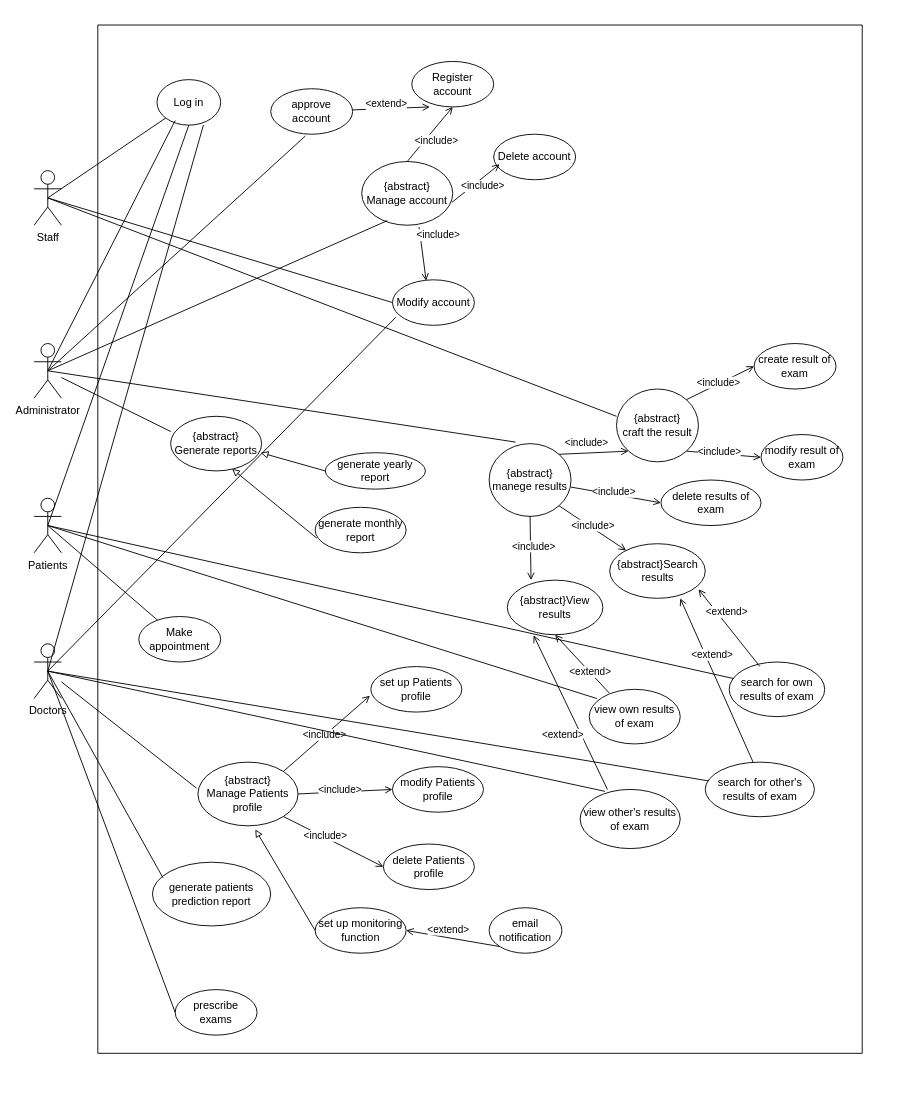
IndecentTulip/Online-Health-Monitoring-System keeps this draw.io diagram as use-case.drawio. Above is the earlier version. Source tidied: cells renumbered, new cells numbered last; positions are measured from the earlier drawing's top-left corner, leaving out a move shared by most shapes. Both pictures are drawn from the tidied source at 91%, with x=0, y=0 at pixel (34, 25).
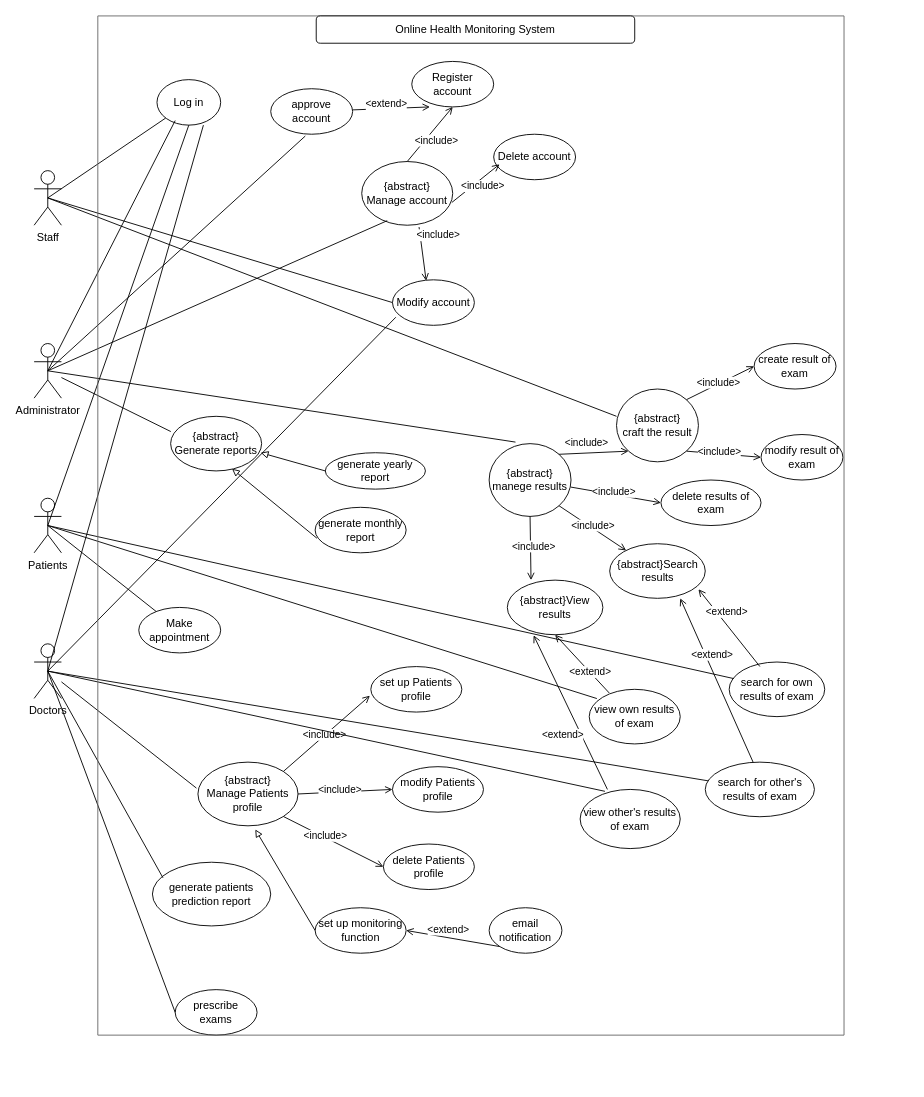
The same page after the edit.

Commit message:
use-case v 0.1

The edit, as a diff of the source:
```diff
@@
-    <mxCell id="92" style="swimlane;startSize=0;" parent="1" vertex="1">
-      <mxGeometry x="70" width="840" height="1130" as="geometry" />
+    <mxCell id="92" style="swimlane;startSize=0;fillColor=#f5f5f5;fontColor=#333333;strokeColor=#666666;" parent="1" vertex="1">
+      <mxGeometry x="70" y="-10" width="820" height="1120" as="geometry" />
     </mxCell>
@@
+    <mxCell id="94" value="Online Health Monitoring System" style="rounded=1;whiteSpace=wrap;html=1;" parent="92" vertex="1">
+      <mxGeometry x="240" width="350" height="30" as="geometry" />
+    </mxCell>
+    <mxCell id="95" style="rounded=1;whiteSpace=wrap;html=1;shadow=0;strokeWidth=0;fillColor=none;strokeColor=none;" parent="1" vertex="1">
+      <mxGeometry x="900" y="310" width="60" height="60" as="geometry" />
+    </mxCell>
+    <mxCell id="96" style="rounded=1;whiteSpace=wrap;html=1;shadow=0;strokeWidth=0;fillColor=none;strokeColor=none;" parent="1" vertex="1">
+      <mxGeometry x="400" y="1120" width="120" height="40" as="geometry" />
+    </mxCell>
```
